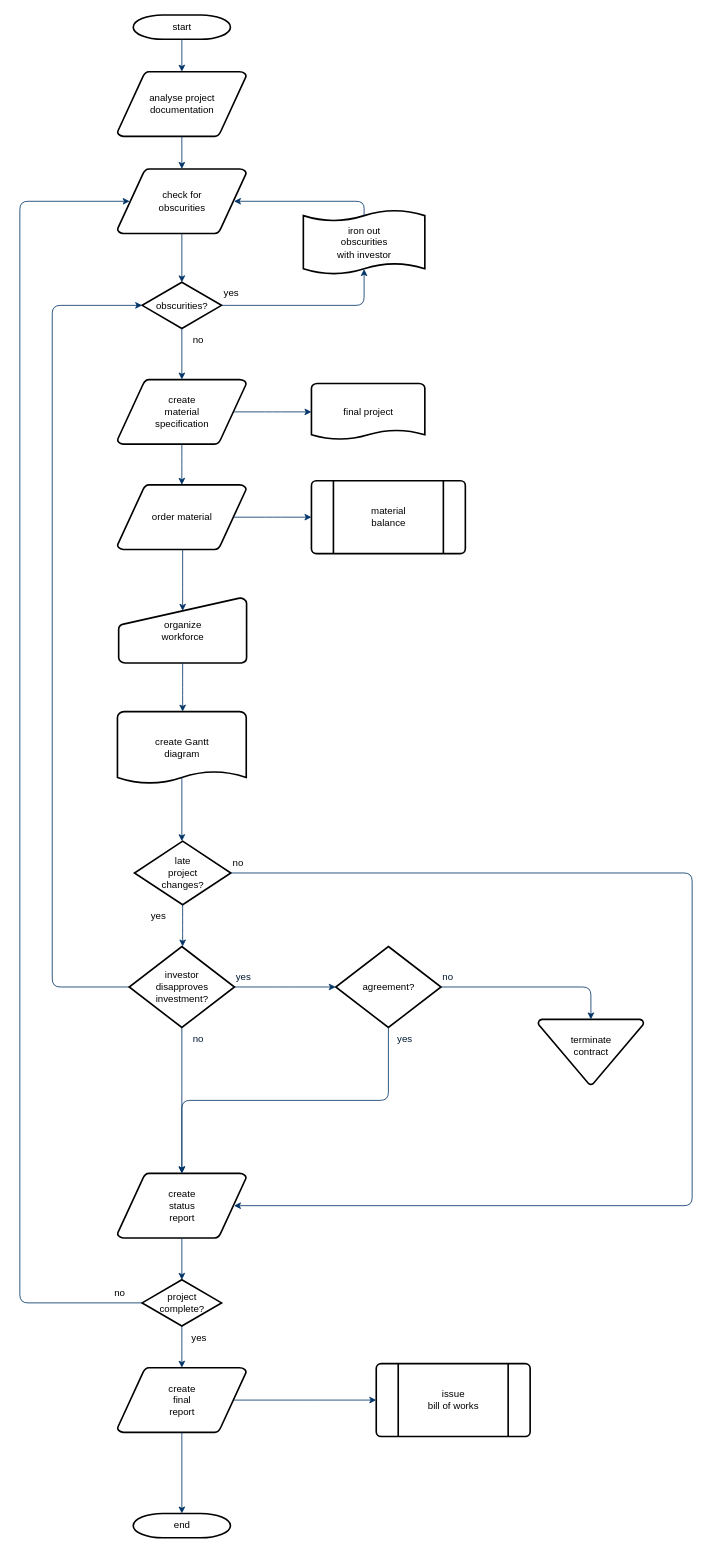
This is page "Page-1" (1 of 2) of Untitled Diagram.drawio from younguper/VNOTE, a draw.io file, before an edit. Source tidied: cells renumbered, new cells numbered last; positions are measured from the earlier drawing's top-left corner, leaving out a move shared by most shapes. Both pictures are drawn from the tidied source at 81%, with x=0, y=0 at pixel (19, 15).
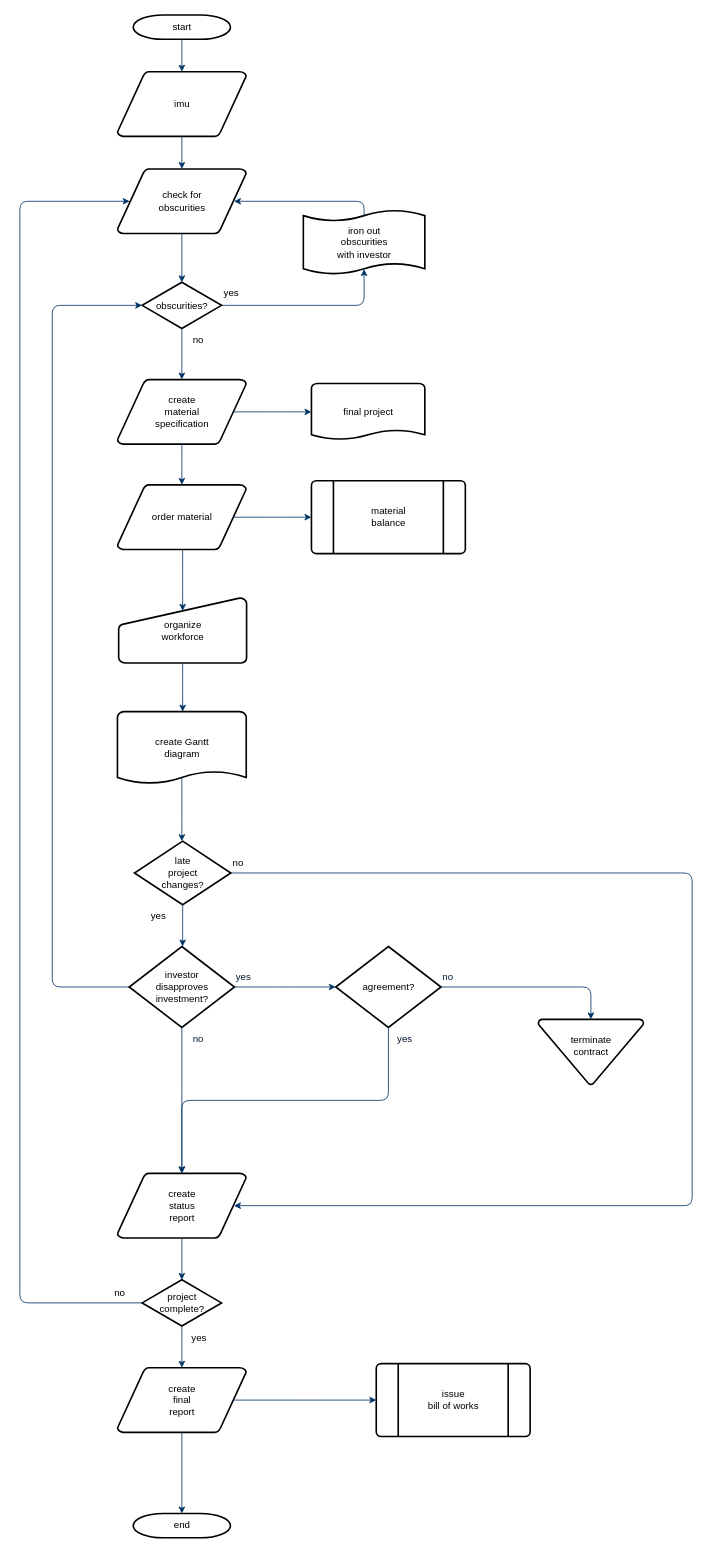
The same page after the edit.

Change to the diagram source:
```diff
@@
-    <mxCell id="3" value="analyse project&#10; documentation" style="shape=mxgraph.flowchart.data;strokeWidth=2;gradientColor=none;gradientDirection=north;fontStyle=0;html=1;" parent="1" vertex="1">
+    <mxCell id="3" value="imu" style="shape=mxgraph.flowchart.data;strokeWidth=2;gradientColor=none;gradientDirection=north;fontStyle=0;html=1;" parent="1" vertex="1">
       <mxGeometry x="120.5" y="70" width="159" height="80" as="geometry" />
     </mxCell>
```
